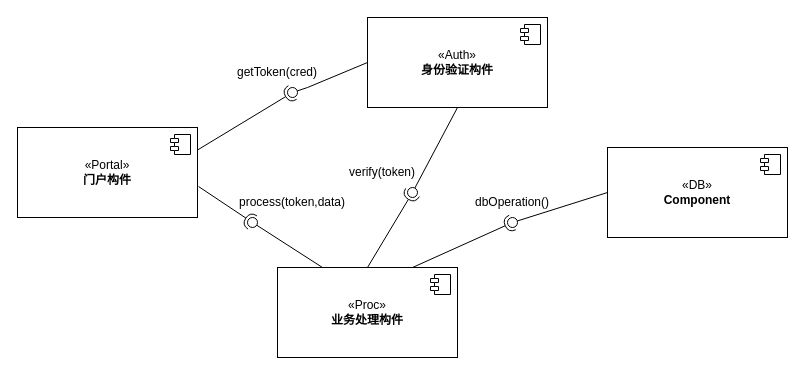
Above: MXX-EXAMPLE.drawio in WFUing/GRADUATION (draw.io), before the change. Source tidied: cells renumbered, new cells numbered last; positions are measured from the earlier drawing's top-left corner, leaving out a move shared by most shapes. Both pictures are drawn from the tidied source at 100%, with x=0, y=0 at pixel (17, 17).
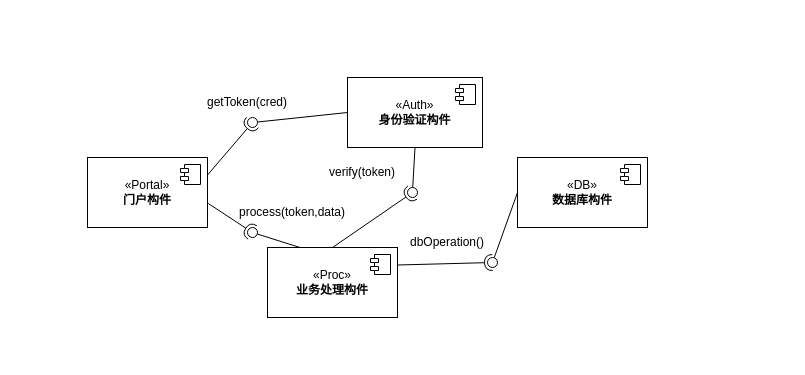
The same page after the edit.

Diff of the diagram source:
```diff
@@
     <mxCell id="2" value="«Portal»&lt;br&gt;&lt;b&gt;门户构件&lt;/b&gt;" style="html=1;whiteSpace=wrap;" parent="1" vertex="1">
-      <mxGeometry y="110" width="180" height="90" as="geometry" />
+      <mxGeometry x="70" y="140" width="120" height="70" as="geometry" />
     </mxCell>
@@
     <mxCell id="4" style="rounded=0;jettySize=auto;html=1;endArrow=none;endFill=0;sketch=0;sourcePerimeterSpacing=0;targetPerimeterSpacing=0;exitX=0;exitY=0.5;exitDx=0;exitDy=0;" parent="1" edge="1" source="7" target="6">
-      <mxGeometry relative="1" as="geometry">
-        <Array as="points">
-          <mxPoint x="290" y="70" />
-        </Array>
-      </mxGeometry>
+      <mxGeometry relative="1" as="geometry" />
     </mxCell>
@@
     <mxCell id="6" style="ellipse;whiteSpace=wrap;html=1;align=center;points=[];outlineConnect=0;sketch=0;" parent="1" vertex="1">
-      <mxGeometry x="270" y="70" width="10" height="10" as="geometry" />
+      <mxGeometry x="230" y="100" width="10" height="10" as="geometry" />
     </mxCell>
     <mxCell id="7" value="«Auth»&lt;br&gt;&lt;b&gt;身份验证构件&lt;/b&gt;" style="html=1;whiteSpace=wrap;" parent="1" vertex="1">
-      <mxGeometry x="350" width="180" height="90" as="geometry" />
+      <mxGeometry x="330" y="60" width="135" height="70" as="geometry" />
     </mxCell>
@@
     <mxCell id="9" value="getToken(cred)" style="text;strokeColor=none;align=center;fillColor=none;html=1;verticalAlign=middle;whiteSpace=wrap;rounded=0;" parent="1" vertex="1">
-      <mxGeometry x="210" y="40" width="100" height="30" as="geometry" />
+      <mxGeometry x="180" y="70" width="100" height="30" as="geometry" />
     </mxCell>
     <mxCell id="10" value="«Proc»&lt;br&gt;&lt;b&gt;业务处理构件&lt;/b&gt;" style="html=1;whiteSpace=wrap;" parent="1" vertex="1">
-      <mxGeometry x="260" y="250" width="180" height="90" as="geometry" />
+      <mxGeometry x="250" y="230" width="130" height="70" as="geometry" />
     </mxCell>
@@
     <mxCell id="14" style="ellipse;whiteSpace=wrap;html=1;align=center;points=[];outlineConnect=0;sketch=0;" parent="1" vertex="1">
-      <mxGeometry x="230" y="200" width="10" height="10" as="geometry" />
+      <mxGeometry x="230" y="210" width="10" height="10" as="geometry" />
     </mxCell>
     <mxCell id="15" value="process(token,data)" style="text;strokeColor=none;align=center;fillColor=none;html=1;verticalAlign=middle;whiteSpace=wrap;rounded=0;" parent="1" vertex="1">
-      <mxGeometry x="210" y="170" width="130" height="30" as="geometry" />
+      <mxGeometry x="210" y="180" width="130" height="30" as="geometry" />
     </mxCell>
@@
     <mxCell id="19" value="verify(token)" style="text;strokeColor=none;align=center;fillColor=none;html=1;verticalAlign=middle;whiteSpace=wrap;rounded=0;" parent="1" vertex="1">
-      <mxGeometry x="310" y="140" width="110" height="30" as="geometry" />
+      <mxGeometry x="290" y="140" width="110" height="30" as="geometry" />
     </mxCell>
-    <mxCell id="20" value="«DB»&lt;br&gt;&lt;b&gt;Component&lt;/b&gt;" style="html=1;whiteSpace=wrap;" parent="1" vertex="1">
-      <mxGeometry x="590" y="130" width="180" height="90" as="geometry" />
+    <mxCell id="20" value="«DB»&lt;br&gt;&lt;b&gt;数据库构件&lt;/b&gt;" style="html=1;whiteSpace=wrap;" parent="1" vertex="1">
+      <mxGeometry x="500" y="140" width="130" height="70" as="geometry" />
     </mxCell>
@@
-    <mxCell id="23" style="rounded=0;jettySize=auto;html=1;endArrow=halfCircle;endFill=0;entryX=0.5;entryY=0.5;endSize=6;strokeWidth=1;sketch=0;exitX=0.75;exitY=0;exitDx=0;exitDy=0;" parent="1" edge="1" source="10" target="24">
+    <mxCell id="23" style="rounded=0;jettySize=auto;html=1;endArrow=halfCircle;endFill=0;entryX=0.5;entryY=0.5;endSize=6;strokeWidth=1;sketch=0;exitX=1;exitY=0.25;exitDx=0;exitDy=0;" parent="1" edge="1" source="10" target="24">
       <mxGeometry relative="1" as="geometry" />
     </mxCell>
     <mxCell id="24" style="ellipse;whiteSpace=wrap;html=1;align=center;points=[];outlineConnect=0;sketch=0;" parent="1" vertex="1">
-      <mxGeometry x="490" y="200" width="10" height="10" as="geometry" />
+      <mxGeometry x="470" y="240" width="10" height="10" as="geometry" />
     </mxCell>
     <mxCell id="25" value="dbOperation()" style="text;strokeColor=none;align=center;fillColor=none;html=1;verticalAlign=middle;whiteSpace=wrap;rounded=0;" parent="1" vertex="1">
-      <mxGeometry x="465" y="170" width="60" height="30" as="geometry" />
+      <mxGeometry x="380" y="210" width="100" height="30" as="geometry" />
     </mxCell>
```
